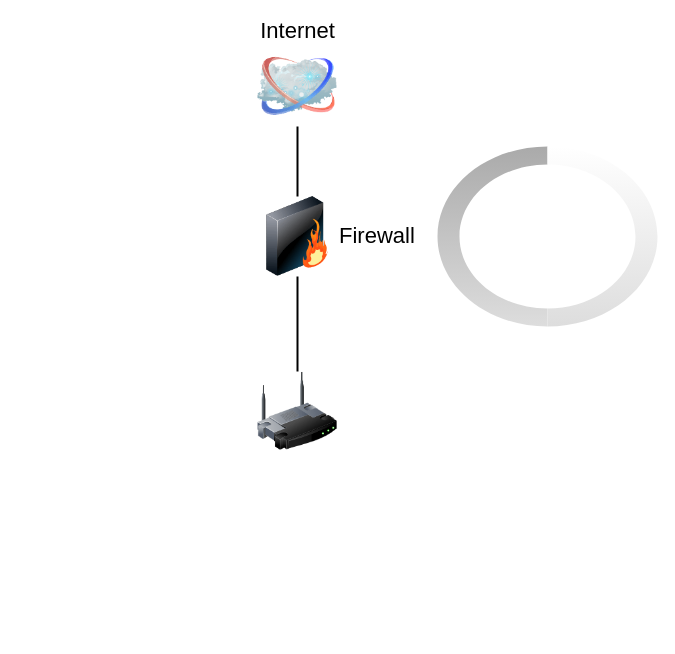
This is VPNS.drawio from michaelrmartins/influx-diagram, a draw.io file, before an edit. Source tidied: cells renumbered, new cells numbered last; positions are measured from the earlier drawing's top-left corner, leaving out a move shared by most shapes. Both pictures are drawn from the tidied source at 100%, with x=0, y=0 at pixel (257, 46).
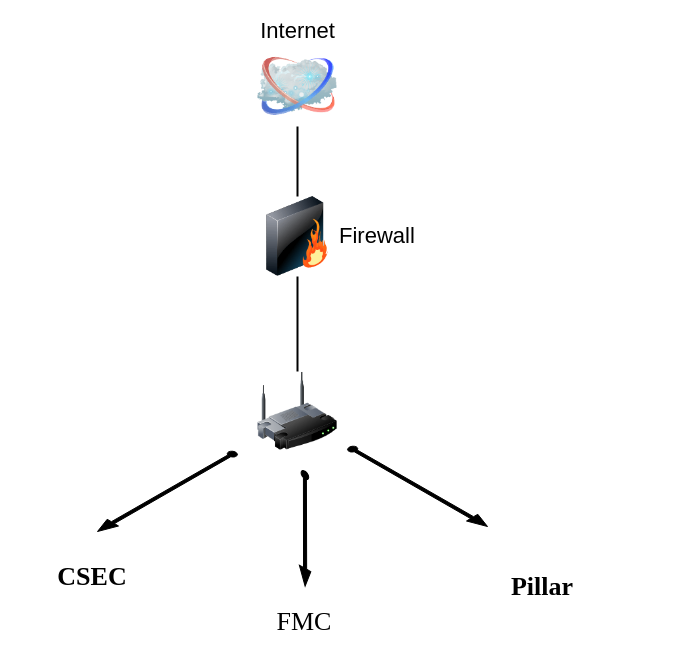
Above is the later version.

Diff of the diagram source:
```diff
@@
 <mxGraphModel>
   <root>
     <mxCell id="0" />
     <mxCell id="1" parent="0" />
     <mxCell id="2" style="edgeStyle=none;rounded=0;html=1;labelBackgroundColor=none;endArrow=none;strokeWidth=2;fontFamily=Verdana;fontSize=22;" parent="1" edge="1" source="3" target="6">
       <mxGeometry relative="1" as="geometry" />
     </mxCell>
     <mxCell id="3" style="image;html=1;labelBackgroundColor=#ffffff;image=img/lib/clip_art/networking/Wireless_Router_128x128.png;rounded=1;shadow=0;comic=0;strokeWidth=2;fontSize=22;" parent="1" vertex="1">
       <mxGeometry y="325" width="80" height="80" as="geometry" />
     </mxCell>
     <mxCell id="4" value="Internet" style="image;html=1;labelBackgroundColor=#ffffff;image=img/lib/clip_art/networking/Cloud_128x128.png;rounded=1;shadow=0;comic=0;strokeWidth=2;fontSize=22;labelPosition=center;verticalLabelPosition=top;align=center;verticalAlign=bottom;" parent="1" vertex="1">
       <mxGeometry width="80" height="80" as="geometry" />
     </mxCell>
     <mxCell id="5" style="edgeStyle=none;rounded=0;html=1;labelBackgroundColor=none;endArrow=none;strokeWidth=2;fontFamily=Verdana;fontSize=22;" parent="1" edge="1" source="6" target="4">
       <mxGeometry relative="1" as="geometry" />
     </mxCell>
     <mxCell id="6" value="Firewall" style="image;html=1;labelBackgroundColor=#ffffff;image=img/lib/clip_art/networking/Firewall_128x128.png;rounded=1;shadow=0;comic=0;strokeWidth=2;fontSize=22;labelPosition=right;verticalLabelPosition=middle;align=left;verticalAlign=middle;" parent="1" vertex="1">
       <mxGeometry y="150" width="80" height="80" as="geometry" />
     </mxCell>
-    <mxCell id="7" style="verticalLabelPosition=bottom;verticalAlign=top;html=1;shadow=0;dashed=0;strokeWidth=1;shape=mxgraph.android.indeterminateSpinner;" parent="1" vertex="1">
-      <mxGeometry x="180" y="100" width="220" height="180" as="geometry" />
-    </mxCell>
+    <mxCell id="8" style="verticalLabelPosition=bottom;html=1;verticalAlign=top;strokeWidth=1;align=center;dashed=0;shape=mxgraph.aws3d.arrowSW;fillColor=#000000;" parent="1" vertex="1">
+      <mxGeometry x="-160" y="405" width="140" height="80" as="geometry" />
+    </mxCell>
+    <mxCell id="9" style="verticalLabelPosition=bottom;html=1;verticalAlign=top;strokeWidth=1;align=center;dashed=0;shape=mxgraph.aws3d.arrowSE;fillColor=#000000;" parent="1" vertex="1">
+      <mxGeometry x="90" y="400" width="140" height="80" as="geometry" />
+    </mxCell>
+    <mxCell id="10" value="CSEC" style="text;html=1;strokeColor=none;fillColor=none;align=center;verticalAlign=middle;whiteSpace=wrap;rounded=0;fontStyle=1;fontFamily=Times New Roman;fontSize=26;" parent="1" vertex="1">
+      <mxGeometry x="-240" y="490" width="150" height="80" as="geometry" />
+    </mxCell>
+    <mxCell id="11" value="Pillar" style="text;html=1;strokeColor=none;fillColor=none;align=center;verticalAlign=middle;whiteSpace=wrap;rounded=0;fontStyle=1;fontFamily=Times New Roman;fontSize=26;" parent="1" vertex="1">
+      <mxGeometry x="210" y="500" width="150" height="80" as="geometry" />
+    </mxCell>
+    <mxCell id="12" style="verticalLabelPosition=bottom;html=1;verticalAlign=top;strokeWidth=1;align=center;dashed=0;shape=mxgraph.aws3d.arrowSE;fillColor=#000000;fontFamily=Times New Roman;fontSize=26;rotation=60;" parent="1" vertex="1">
+      <mxGeometry x="-3.4" y="452.2" width="101.5" height="58" as="geometry" />
+    </mxCell>
+    <mxCell id="13" value="FMC" style="text;html=1;strokeColor=none;fillColor=none;align=center;verticalAlign=middle;whiteSpace=wrap;rounded=0;fontFamily=Times New Roman;fontSize=26;" parent="1" vertex="1">
+      <mxGeometry x="17.3" y="560" width="60" height="30" as="geometry" />
+    </mxCell>
   </root>
 </mxGraphModel>
```
